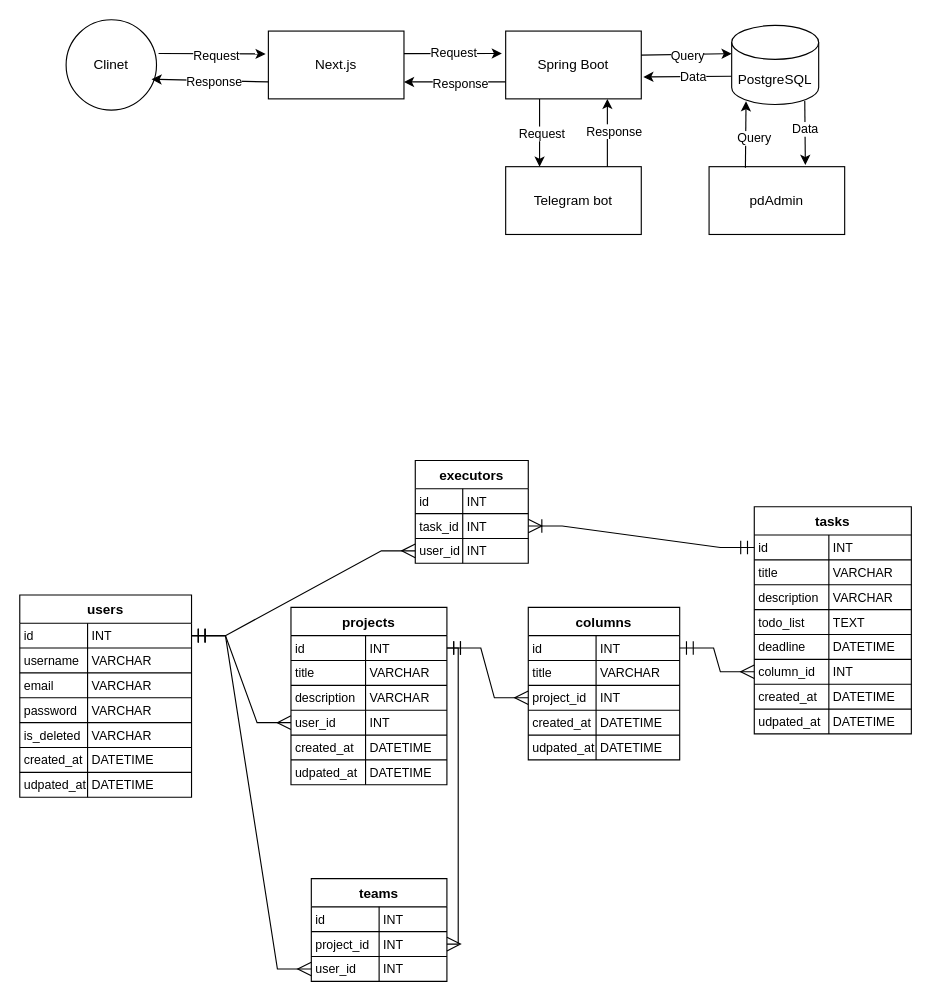
The draw.io diagram docs/diagrams.drawio in maxcore25/it-inno-hack, before the edit. Source tidied: cells renumbered, new cells numbered last; positions are measured from the earlier drawing's top-left corner, leaving out a move shared by most shapes. Both pictures are drawn from the tidied source at 113%, with x=0, y=0 at pixel (19, 19).
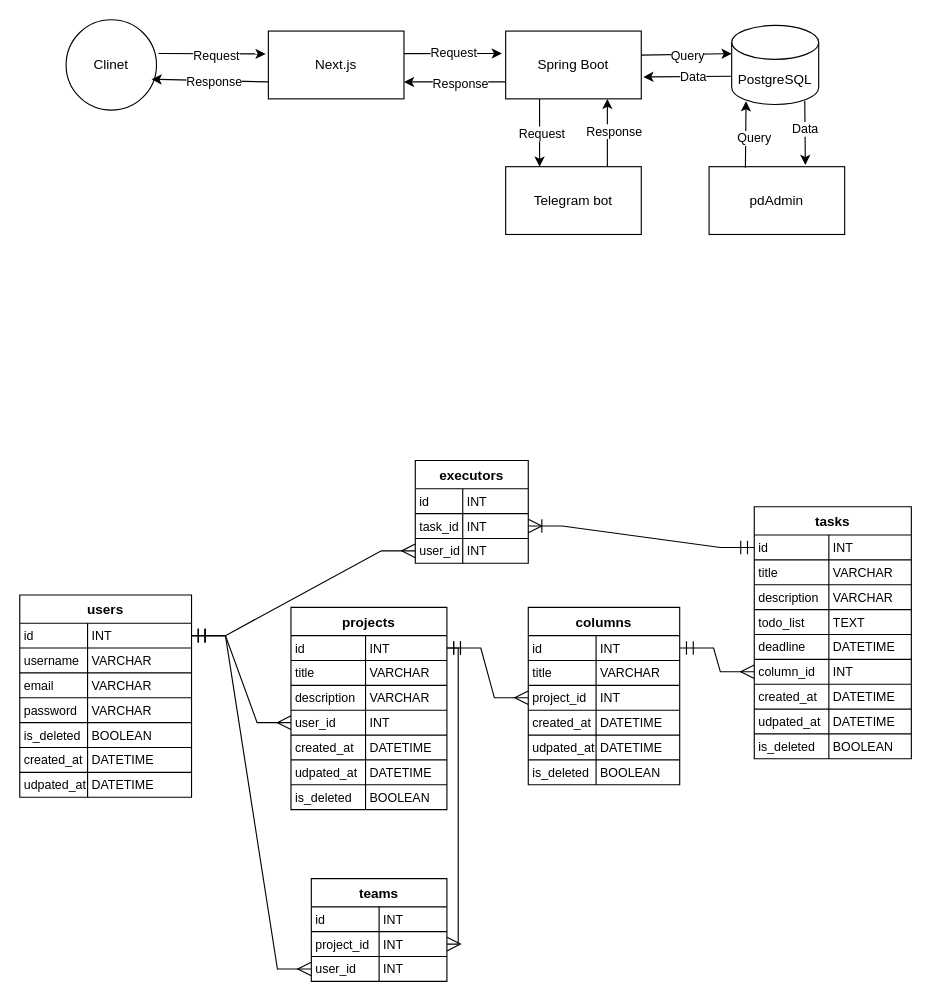
The same page after the edit.

Unchanged cells that the change refers to:
```xml
<mxCell id="36" style="shape=tableRow;horizontal=0;startSize=0;swimlaneHead=0;swimlaneBody=0;fillColor=none;top=0;left=0;right=0;bottom=0;" parent="23" vertex="1">
  <mxGeometry y="113" width="152" height="22" as="geometry" />
</mxCell>
```

What changed in the source:
```diff
@@
-    <mxCell id="38" value="VARCHAR" style="shape=partialRectangle;fillColor=none;top=0;left=0;bottom=0;right=0;align=left;spacingLeft=2;overflow=hidden;fontSize=11;" parent="36" vertex="1">
+    <mxCell id="38" value="BOOLEAN" style="shape=partialRectangle;fillColor=none;top=0;left=0;bottom=0;right=0;align=left;spacingLeft=2;overflow=hidden;fontSize=11;" parent="36" vertex="1">
       <mxGeometry x="60" width="92" height="22" as="geometry" />
     </mxCell>
@@
     <mxCell id="45" value="projects" style="shape=table;startSize=25;childLayout=tableLayout;rowLines=1;fontStyle=1;align=center;" parent="1" vertex="1">
-      <mxGeometry x="240" y="520" width="138" height="157" as="geometry" />
+      <mxGeometry x="240" y="520" width="138" height="179" as="geometry" />
     </mxCell>
@@
+    <mxCell id="137" style="shape=tableRow;horizontal=0;startSize=0;swimlaneHead=0;swimlaneBody=0;fillColor=none;top=0;left=0;right=0;bottom=0;" parent="45" vertex="1">
+      <mxGeometry y="157" width="138" height="22" as="geometry" />
+    </mxCell>
+    <mxCell id="138" value="is_deleted" style="shape=partialRectangle;fillColor=none;top=0;left=0;bottom=0;right=0;align=left;spacingLeft=2;overflow=hidden;fontSize=11;" parent="137" vertex="1">
+      <mxGeometry width="66" height="22" as="geometry" />
+    </mxCell>
+    <mxCell id="139" value="BOOLEAN" style="shape=partialRectangle;fillColor=none;top=0;left=0;bottom=0;right=0;align=left;spacingLeft=2;overflow=hidden;fontSize=11;" parent="137" vertex="1">
+      <mxGeometry x="66" width="72" height="22" as="geometry" />
+    </mxCell>
     <mxCell id="64" value="columns" style="shape=table;startSize=25;childLayout=tableLayout;rowLines=1;fontStyle=1;align=center;" parent="1" vertex="1">
-      <mxGeometry x="450" y="520" width="134" height="135" as="geometry" />
+      <mxGeometry x="450" y="520" width="134" height="157" as="geometry" />
     </mxCell>
@@
+    <mxCell id="140" style="shape=tableRow;horizontal=0;startSize=0;swimlaneHead=0;swimlaneBody=0;fillColor=none;top=0;left=0;right=0;bottom=0;" parent="64" vertex="1">
+      <mxGeometry y="135" width="134" height="22" as="geometry" />
+    </mxCell>
+    <mxCell id="141" value="is_deleted" style="shape=partialRectangle;fillColor=none;top=0;left=0;bottom=0;right=0;align=left;spacingLeft=2;overflow=hidden;fontSize=11;" parent="140" vertex="1">
+      <mxGeometry width="60" height="22" as="geometry" />
+    </mxCell>
+    <mxCell id="142" value="BOOLEAN" style="shape=partialRectangle;fillColor=none;top=0;left=0;bottom=0;right=0;align=left;spacingLeft=2;overflow=hidden;fontSize=11;" parent="140" vertex="1">
+      <mxGeometry x="60" width="74" height="22" as="geometry" />
+    </mxCell>
     <mxCell id="80" value="tasks" style="shape=table;startSize=25;childLayout=tableLayout;rowLines=1;fontStyle=1;align=center;" parent="1" vertex="1">
-      <mxGeometry x="650" y="431" width="139" height="201" as="geometry" />
+      <mxGeometry x="650" y="431" width="139" height="223" as="geometry" />
     </mxCell>
@@
+    <mxCell id="143" style="shape=tableRow;horizontal=0;startSize=0;swimlaneHead=0;swimlaneBody=0;fillColor=none;top=0;left=0;right=0;bottom=0;" parent="80" vertex="1">
+      <mxGeometry y="201" width="139" height="22" as="geometry" />
+    </mxCell>
+    <mxCell id="144" value="is_deleted" style="shape=partialRectangle;fillColor=none;top=0;left=0;bottom=0;right=0;align=left;spacingLeft=2;overflow=hidden;fontSize=11;" parent="143" vertex="1">
+      <mxGeometry width="66" height="22" as="geometry" />
+    </mxCell>
+    <mxCell id="145" value="BOOLEAN" style="shape=partialRectangle;fillColor=none;top=0;left=0;bottom=0;right=0;align=left;spacingLeft=2;overflow=hidden;fontSize=11;" parent="143" vertex="1">
+      <mxGeometry x="66" width="73" height="22" as="geometry" />
+    </mxCell>
```
